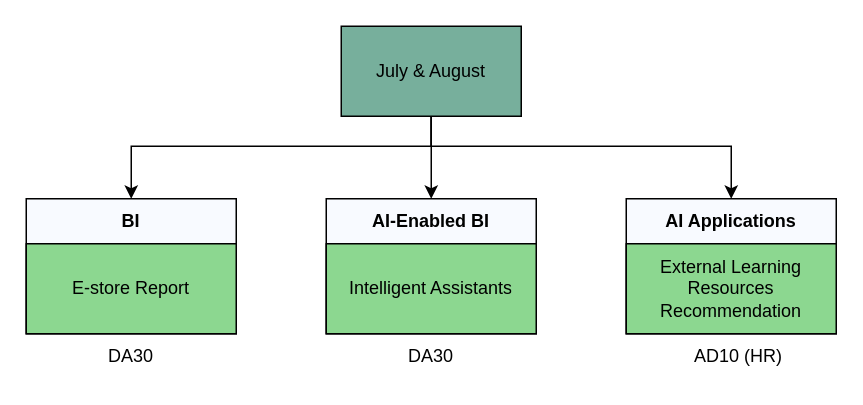
The draw.io diagram overivew.drawio in katehuangishere/All-Projects-in-the-Internship, before the edit. Source tidied: cells renumbered, new cells numbered last; positions are measured from the earlier drawing's top-left corner, leaving out a move shared by most shapes. Both pictures are drawn from the tidied source at 150%, with x=0, y=0 at pixel (26, 26).
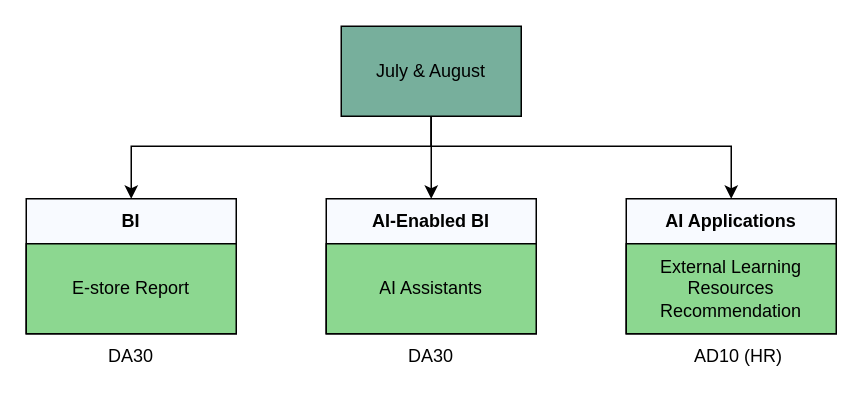
Above is the later version.

Change to the diagram source:
```diff
@@
 <mxGraphModel>
   <root>
     <mxCell id="0" />
     <mxCell id="1" parent="0" />
     <mxCell id="2" style="edgeStyle=orthogonalEdgeStyle;rounded=0;jettySize=auto;html=1;entryX=0.5;entryY=0;entryDx=0;entryDy=0;" parent="1" edge="1" source="5" target="8">
       <mxGeometry relative="1" as="geometry" />
     </mxCell>
     <mxCell id="3" style="edgeStyle=orthogonalEdgeStyle;rounded=0;jettySize=auto;html=1;entryX=0.5;entryY=0;entryDx=0;entryDy=0;" parent="1" edge="1" source="5" target="6">
       <mxGeometry relative="1" as="geometry">
         <Array as="points">
           <mxPoint x="270" y="80" />
           <mxPoint x="70" y="80" />
         </Array>
       </mxGeometry>
     </mxCell>
     <mxCell id="4" style="edgeStyle=orthogonalEdgeStyle;rounded=0;jettySize=auto;html=1;entryX=0.5;entryY=0;entryDx=0;entryDy=0;" parent="1" edge="1" source="5" target="10">
       <mxGeometry relative="1" as="geometry">
         <Array as="points">
           <mxPoint x="270" y="80" />
           <mxPoint x="470" y="80" />
         </Array>
       </mxGeometry>
     </mxCell>
     <mxCell id="5" value="July &amp;amp; August" style="rounded=0;whiteSpace=wrap;html=1;align=center;fillColor=#77AF9C;strokeColor=#000000;gradientColor=none;" parent="1" vertex="1">
       <mxGeometry x="210" width="120" height="60" as="geometry" />
     </mxCell>
     <mxCell id="6" value="&lt;b&gt;BI&lt;/b&gt;" style="swimlane;fontStyle=0;horizontal=1;startSize=30;whiteSpace=wrap;html=1;fillColor=#F8FAFF;" parent="1" vertex="1">
       <mxGeometry y="115" width="140" height="90" as="geometry" />
     </mxCell>
     <mxCell id="7" value="&lt;font color=&quot;#000000&quot;&gt;E-store Report&lt;/font&gt;" style="text;strokeColor=default;fillColor=#8CD790;align=center;verticalAlign=middle;spacingLeft=4;spacingRight=4;overflow=hidden;whiteSpace=wrap;html=1;fontColor=#ffffff;" parent="6" vertex="1">
       <mxGeometry y="30" width="140" height="60" as="geometry" />
     </mxCell>
     <mxCell id="8" value="&lt;b&gt;AI-Enabled BI&lt;/b&gt;" style="swimlane;fontStyle=0;horizontal=1;startSize=30;whiteSpace=wrap;html=1;fillColor=#F8FAFF;" parent="1" vertex="1">
       <mxGeometry x="200" y="115" width="140" height="90" as="geometry" />
     </mxCell>
-    <mxCell id="9" value="&lt;font color=&quot;#000000&quot;&gt;Intelligent Assistants&lt;/font&gt;" style="text;strokeColor=#000000;fillColor=#8CD790;align=center;verticalAlign=middle;spacingLeft=4;spacingRight=4;overflow=hidden;whiteSpace=wrap;html=1;fontColor=#ffffff;" parent="8" vertex="1">
+    <mxCell id="9" value="&lt;font color=&quot;#000000&quot;&gt;AI Assistants&lt;/font&gt;" style="text;strokeColor=#000000;fillColor=#8CD790;align=center;verticalAlign=middle;spacingLeft=4;spacingRight=4;overflow=hidden;whiteSpace=wrap;html=1;fontColor=#ffffff;" parent="8" vertex="1">
       <mxGeometry y="30" width="140" height="60" as="geometry" />
     </mxCell>
     <mxCell id="10" value="&lt;b&gt;AI Applications&lt;/b&gt;" style="swimlane;fontStyle=0;horizontal=1;startSize=30;whiteSpace=wrap;html=1;fillColor=#F8FAFF;" parent="1" vertex="1">
       <mxGeometry x="400" y="115" width="140" height="90" as="geometry" />
     </mxCell>
     <mxCell id="11" value="&lt;div&gt;External Learning Resources Recommendation&lt;/div&gt;" style="text;strokeColor=#000000;fillColor=#8CD790;align=center;verticalAlign=middle;spacingLeft=4;spacingRight=4;overflow=hidden;whiteSpace=wrap;html=1;" parent="10" vertex="1">
       <mxGeometry y="30" width="140" height="60" as="geometry" />
     </mxCell>
     <mxCell id="12" value="DA30" style="text;html=1;align=center;verticalAlign=middle;whiteSpace=wrap;rounded=0;" parent="1" vertex="1">
       <mxGeometry x="40" y="205" width="60" height="30" as="geometry" />
     </mxCell>
     <mxCell id="13" value="DA30" style="text;html=1;align=center;verticalAlign=middle;whiteSpace=wrap;rounded=0;" parent="1" vertex="1">
       <mxGeometry x="240" y="205" width="60" height="30" as="geometry" />
     </mxCell>
     <mxCell id="14" value="AD10 (HR)" style="text;html=1;align=center;verticalAlign=middle;whiteSpace=wrap;rounded=0;" parent="1" vertex="1">
       <mxGeometry x="440" y="205" width="70" height="30" as="geometry" />
     </mxCell>
   </root>
 </mxGraphModel>
```
